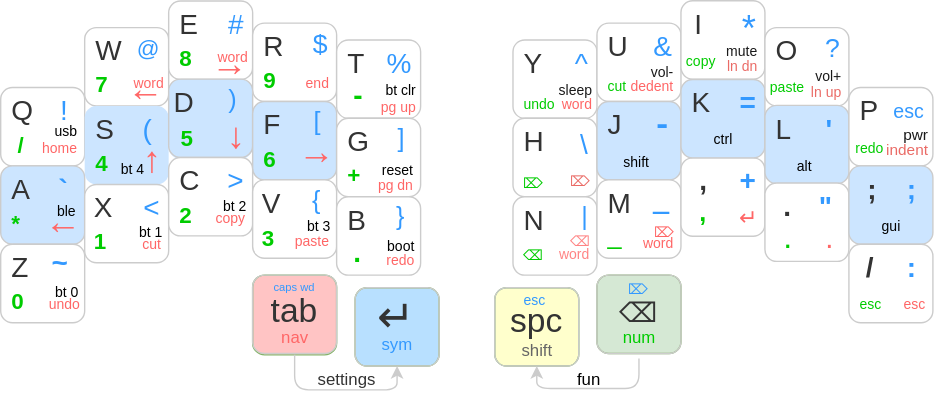
glenn20/zmk-sweep keeps this draw.io diagram as images/BaseKeymap.drawio.svg. Above is the earlier version. Source tidied: cells renumbered, new cells last; positions are measured from the earlier drawing's top-left corner, leaving out a move shared by most shapes.
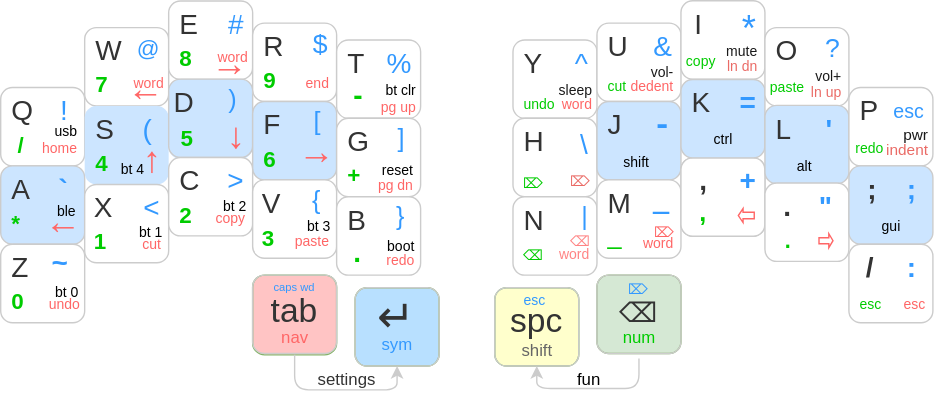
After the commit.

Change to the diagram source:
```diff
@@ -365,9 +365,6 @@
     <mxCell id="122" style="rounded=1;whiteSpace=wrap;html=1;fillColor=none;strokeColor=#CCCCCC;" parent="121" vertex="1">
       <mxGeometry width="60" height="56" as="geometry" />
     </mxCell>
-    <mxCell id="123" value="&lt;font style=&quot;font-weight: normal; font-size: 16px;&quot; color=&quot;#ff6666&quot;&gt;↵&lt;/font&gt;" style="html=1;fontSize=20;fontFamily=Helvetica;fontStyle=1;fillColor=none;rounded=1;align=right;verticalAlign=middle;spacingLeft=0;strokeColor=none;fontColor=#E6E6E6;spacing=0;spacingTop=0;spacingRight=4;" parent="121" vertex="1">
-      <mxGeometry x="29.4" y="27" width="28.5" height="28.5" as="geometry" />
-    </mxCell>
     <mxCell id="124" value="&lt;font color=&quot;#00cc00&quot;&gt;&lt;span style=&quot;font-size: 10px; font-weight: 400;&quot;&gt;&amp;nbsp;&amp;nbsp;&lt;/span&gt;&lt;font style=&quot;font-size: 18px;&quot;&gt;,&lt;/font&gt;&lt;/font&gt;" style="whiteSpace=wrap;html=1;fontSize=20;fontFamily=Helvetica;fontStyle=1;fillColor=none;rounded=1;align=left;verticalAlign=middle;spacingLeft=8;strokeColor=none;fontColor=#E6E6E6;spacing=0;spacingTop=-4;" parent="121" vertex="1">
       <mxGeometry y="27" width="28.5" height="28.5" as="geometry" />
     </mxCell>
@@ -377,6 +374,27 @@
     <mxCell id="126" value="&lt;font color=&quot;#3399ff&quot; style=&quot;font-size: 20px;&quot;&gt;+&lt;/font&gt;" style="whiteSpace=wrap;html=1;fontSize=20;fontFamily=Helvetica;fontStyle=1;fillColor=none;rounded=1;align=right;verticalAlign=top;spacingLeft=0;strokeColor=none;fontColor=#E6E6E6;spacing=0;spacingTop=0;spacingRight=4;" parent="121" vertex="1">
       <mxGeometry x="29.4" width="28.5" height="28.5" as="geometry" />
     </mxCell>
+    <mxCell id="208" style="html=1;shadow=0;dashed=0;align=center;verticalAlign=middle;shape=mxgraph.arrows2.arrow;dy=0.54;dx=3.37;flipH=1;notch=0;strokeColor=#ff6666;" parent="121" vertex="1">
+      <mxGeometry x="37.9" y="36.2" width="11.4" height="10" as="geometry" />
+    </mxCell>
+    <mxCell id="209" style="group;fillColor=#FFFFFF;rounded=1;" parent="121" vertex="1">
+      <mxGeometry width="60" height="56" as="geometry" />
+    </mxCell>
+    <mxCell id="210" style="rounded=1;whiteSpace=wrap;html=1;fillColor=none;strokeColor=#CCCCCC;" parent="209" vertex="1">
+      <mxGeometry width="60" height="56" as="geometry" />
+    </mxCell>
+    <mxCell id="211" value="&lt;font color=&quot;#00cc00&quot;&gt;&lt;span style=&quot;font-size: 10px; font-weight: 400;&quot;&gt;&amp;nbsp;&amp;nbsp;&lt;/span&gt;&lt;font style=&quot;font-size: 18px;&quot;&gt;,&lt;/font&gt;&lt;/font&gt;" style="whiteSpace=wrap;html=1;fontSize=20;fontFamily=Helvetica;fontStyle=1;fillColor=none;rounded=1;align=left;verticalAlign=middle;spacingLeft=8;strokeColor=none;fontColor=#E6E6E6;spacing=0;spacingTop=-4;" parent="209" vertex="1">
+      <mxGeometry y="27" width="28.5" height="28.5" as="geometry" />
+    </mxCell>
+    <mxCell id="212" value="&lt;font color=&quot;#333333&quot;&gt;&lt;span style=&quot;font-weight: 400;&quot;&gt;&amp;nbsp;&lt;/span&gt;,&lt;/font&gt;" style="whiteSpace=wrap;html=1;fontSize=20;fontFamily=Helvetica;fontStyle=1;fillColor=none;rounded=1;align=left;verticalAlign=top;spacingLeft=8;strokeColor=none;fontColor=#E6E6E6;spacing=0;spacingTop=0;" parent="209" vertex="1">
+      <mxGeometry width="28.5" height="28.5" as="geometry" />
+    </mxCell>
+    <mxCell id="213" value="&lt;font color=&quot;#3399ff&quot; style=&quot;font-size: 20px;&quot;&gt;+&lt;/font&gt;" style="whiteSpace=wrap;html=1;fontSize=20;fontFamily=Helvetica;fontStyle=1;fillColor=none;rounded=1;align=right;verticalAlign=top;spacingLeft=0;strokeColor=none;fontColor=#E6E6E6;spacing=0;spacingTop=0;spacingRight=4;" parent="209" vertex="1">
+      <mxGeometry x="29.4" width="28.5" height="28.5" as="geometry" />
+    </mxCell>
+    <mxCell id="214" style="html=1;shadow=0;dashed=0;align=center;verticalAlign=middle;shape=mxgraph.arrows2.arrow;dy=0.54;dx=3.37;flipH=1;notch=0;strokeColor=#ff6666;" parent="209" vertex="1">
+      <mxGeometry x="41" y="36.2" width="11.4" height="10" as="geometry" />
+    </mxCell>
     <mxCell id="127" style="group;fillColor=#FFFFFF;rounded=1;" parent="1" vertex="1">
       <mxGeometry x="486" width="60" height="56" as="geometry" />
     </mxCell>
@@ -449,9 +467,6 @@
     <mxCell id="150" style="rounded=1;whiteSpace=wrap;html=1;fillColor=none;strokeColor=#CCCCCC;" parent="149" vertex="1">
       <mxGeometry width="60" height="56" as="geometry" />
     </mxCell>
-    <mxCell id="151" value="&lt;font size=&quot;1&quot; color=&quot;#ff6666&quot;&gt;&lt;span style=&quot;font-weight: 400; font-size: 21px;&quot;&gt;.&lt;/span&gt;&lt;span style=&quot;font-weight: 400; font-size: 20px;&quot;&gt;&amp;nbsp;&lt;/span&gt;&lt;/font&gt;" style="html=1;fontSize=10;fontFamily=Helvetica;fontStyle=1;fillColor=none;rounded=1;align=right;verticalAlign=middle;spacingLeft=0;strokeColor=none;fontColor=#E6E6E6;spacing=0;spacingTop=-4;spacingRight=4;" parent="149" vertex="1">
-      <mxGeometry x="29.4" y="27" width="28.5" height="28.5" as="geometry" />
-    </mxCell>
     <mxCell id="152" value="&lt;font color=&quot;#00cc00&quot;&gt;&lt;span style=&quot;font-size: 10px; font-weight: 400;&quot;&gt;&amp;nbsp; &lt;/span&gt;&lt;span style=&quot;font-weight: 400;&quot;&gt;&lt;font style=&quot;font-size: 23px;&quot;&gt;.&lt;/font&gt;&lt;/span&gt;&lt;/font&gt;" style="whiteSpace=wrap;html=1;fontSize=20;fontFamily=Helvetica;fontStyle=1;fillColor=none;rounded=1;align=left;verticalAlign=middle;spacingLeft=8;strokeColor=none;fontColor=#E6E6E6;spacing=0;spacingTop=-4;" parent="149" vertex="1">
       <mxGeometry y="27" width="28.5" height="28.5" as="geometry" />
     </mxCell>
@@ -461,6 +476,9 @@
     <mxCell id="154" value="&lt;font color=&quot;#3399ff&quot; style=&quot;font-size: 20px;&quot;&gt;&quot;&amp;nbsp;&lt;/font&gt;" style="whiteSpace=wrap;html=1;fontSize=18;fontFamily=Helvetica;fontStyle=1;fillColor=none;rounded=1;align=right;verticalAlign=top;spacingLeft=0;strokeColor=none;fontColor=#E6E6E6;spacing=0;spacingTop=0;spacingRight=4;" parent="149" vertex="1">
       <mxGeometry x="29.4" width="28.5" height="28.5" as="geometry" />
     </mxCell>
+    <mxCell id="215" style="html=1;shadow=0;dashed=0;align=center;verticalAlign=middle;shape=mxgraph.arrows2.arrow;dy=0.57;dx=2.99;notch=0;strokeColor=#FF6666;" parent="149" vertex="1">
+      <mxGeometry x="38.6" y="36.2" width="10" height="10" as="geometry" />
+    </mxCell>
     <mxCell id="155" style="group;fillColor=#FFFFFF;rounded=1;" parent="1" vertex="1">
       <mxGeometry x="606" y="62" width="60" height="56" as="geometry" />
     </mxCell>
```
